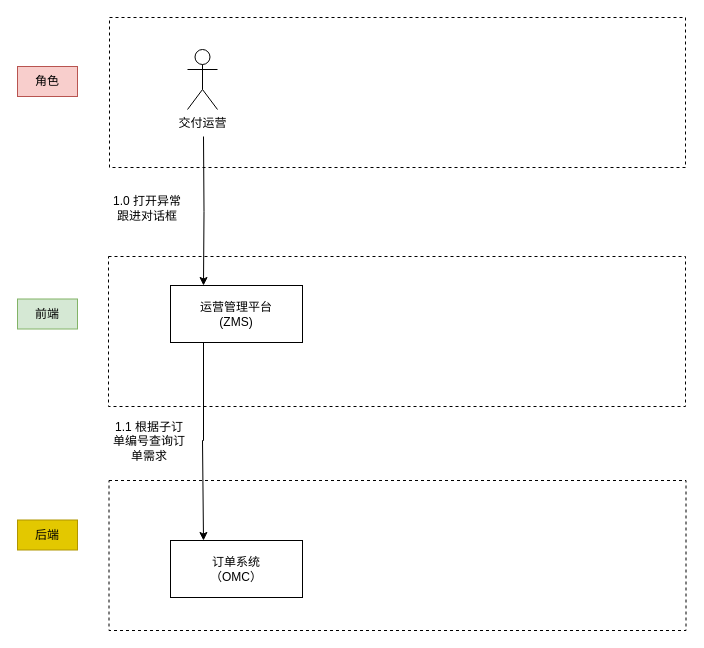
Earlier version of the draw.io diagram docs/prd_01.drawio (lokiworks/codebase). Source tidied: cells renumbered, new cells numbered last; positions are measured from the earlier drawing's top-left corner, leaving out a move shared by most shapes. Both pictures are drawn from the tidied source at 100%, with x=0, y=0 at pixel (17, 17).
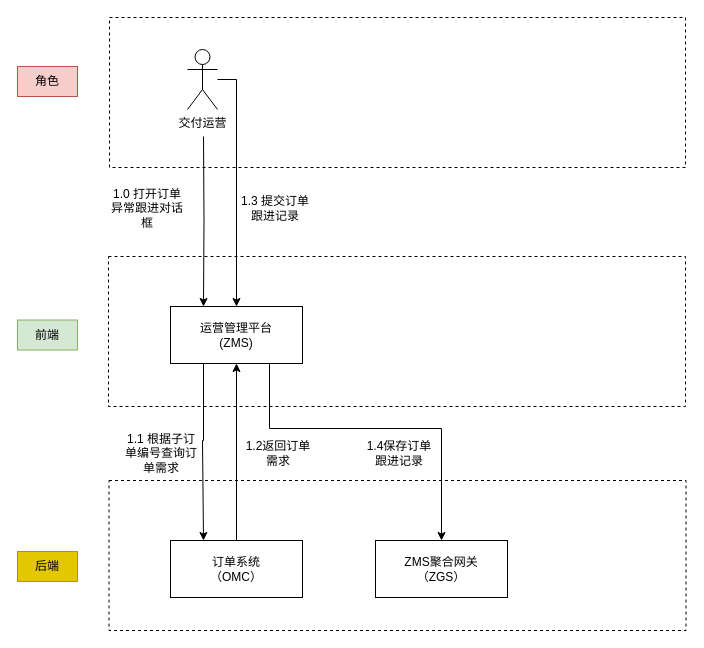
Above is the later version.

The change refers to these unchanged cells:
```xml
<mxCell id="7" value="交付运营" style="shape=umlActor;verticalLabelPosition=bottom;verticalAlign=top;html=1;outlineConnect=0;" parent="1" vertex="1">
  <mxGeometry x="170" y="32" width="30" height="60" as="geometry" />
</mxCell>
<mxCell id="8" value="订单系统&lt;br&gt;（OMC）" style="rounded=0;whiteSpace=wrap;html=1;" parent="1" vertex="1">
  <mxGeometry x="153" y="523" width="132" height="57" as="geometry" />
</mxCell>
```

What changed in the source:
```diff
@@
+    <mxCell id="15" style="edgeStyle=orthogonalEdgeStyle;rounded=0;jettySize=auto;html=1;exitX=0.75;exitY=1;exitDx=0;exitDy=0;" parent="1" edge="1" source="5" target="19">
+      <mxGeometry relative="1" as="geometry">
+        <Array as="points">
+          <mxPoint x="252" y="411" />
+          <mxPoint x="424" y="411" />
+        </Array>
+      </mxGeometry>
+    </mxCell>
     <mxCell id="5" value="运营管理平台&lt;br&gt;(ZMS)" style="rounded=0;whiteSpace=wrap;html=1;" parent="1" vertex="1">
-      <mxGeometry x="153" y="268" width="132" height="57" as="geometry" />
+      <mxGeometry x="153" y="289" width="132" height="57" as="geometry" />
     </mxCell>
@@
+    <mxCell id="16" style="edgeStyle=orthogonalEdgeStyle;rounded=0;jettySize=auto;html=1;entryX=0.5;entryY=0;entryDx=0;entryDy=0;" parent="1" edge="1" source="7" target="5">
+      <mxGeometry relative="1" as="geometry">
+        <Array as="points">
+          <mxPoint x="219" y="62" />
+        </Array>
+      </mxGeometry>
+    </mxCell>
@@
+    <mxCell id="17" style="edgeStyle=orthogonalEdgeStyle;rounded=0;jettySize=auto;html=1;exitX=0.5;exitY=0;exitDx=0;exitDy=0;entryX=0.5;entryY=1;entryDx=0;entryDy=0;" parent="1" edge="1" source="8" target="5">
+      <mxGeometry relative="1" as="geometry" />
+    </mxCell>
@@
     <mxCell id="10" value="前端" style="text;html=1;strokeColor=#82b366;fillColor=#d5e8d4;align=center;verticalAlign=middle;whiteSpace=wrap;rounded=0;" parent="1" vertex="1">
-      <mxGeometry y="281.5" width="60" height="30" as="geometry" />
+      <mxGeometry y="302.5" width="60" height="30" as="geometry" />
     </mxCell>
     <mxCell id="11" value="后端" style="text;html=1;strokeColor=#B09500;fillColor=#e3c800;align=center;verticalAlign=middle;whiteSpace=wrap;rounded=0;fontColor=#000000;" parent="1" vertex="1">
-      <mxGeometry y="502.5" width="60" height="30" as="geometry" />
+      <mxGeometry y="534" width="60" height="30" as="geometry" />
     </mxCell>
-    <mxCell id="12" value="1.0 打开异常跟进对话框" style="text;html=1;strokeColor=none;fillColor=none;align=center;verticalAlign=middle;whiteSpace=wrap;rounded=0;dashed=1;" parent="1" vertex="1">
+    <mxCell id="12" value="1.0 打开订单异常跟进对话框" style="text;html=1;strokeColor=none;fillColor=none;align=center;verticalAlign=middle;whiteSpace=wrap;rounded=0;dashed=1;" parent="1" vertex="1">
       <mxGeometry x="92" y="173" width="76" height="36" as="geometry" />
     </mxCell>
@@
     <mxCell id="14" value="1.1 根据子订单编号查询订单需求" style="text;html=1;strokeColor=none;fillColor=none;align=center;verticalAlign=middle;whiteSpace=wrap;rounded=0;dashed=1;" parent="1" vertex="1">
-      <mxGeometry x="94" y="406" width="76" height="36" as="geometry" />
+      <mxGeometry x="106" y="418" width="76" height="36" as="geometry" />
     </mxCell>
+    <mxCell id="18" value="1.2返回订单需求" style="text;html=1;strokeColor=none;fillColor=none;align=center;verticalAlign=middle;whiteSpace=wrap;rounded=0;dashed=1;" parent="1" vertex="1">
+      <mxGeometry x="223" y="418" width="76" height="36" as="geometry" />
+    </mxCell>
+    <mxCell id="19" value="ZMS聚合网关&lt;br&gt;（ZGS）" style="rounded=0;whiteSpace=wrap;html=1;" parent="1" vertex="1">
+      <mxGeometry x="358" y="523" width="132" height="57" as="geometry" />
+    </mxCell>
+    <mxCell id="20" value="1.4保存订单跟进记录" style="text;html=1;strokeColor=none;fillColor=none;align=center;verticalAlign=middle;whiteSpace=wrap;rounded=0;dashed=1;" parent="1" vertex="1">
+      <mxGeometry x="344" y="418" width="76" height="36" as="geometry" />
+    </mxCell>
+    <mxCell id="21" value="1.3 提交订单跟进记录" style="text;html=1;strokeColor=none;fillColor=none;align=center;verticalAlign=middle;whiteSpace=wrap;rounded=0;dashed=1;" parent="1" vertex="1">
+      <mxGeometry x="220" y="173" width="76" height="36" as="geometry" />
+    </mxCell>
```
